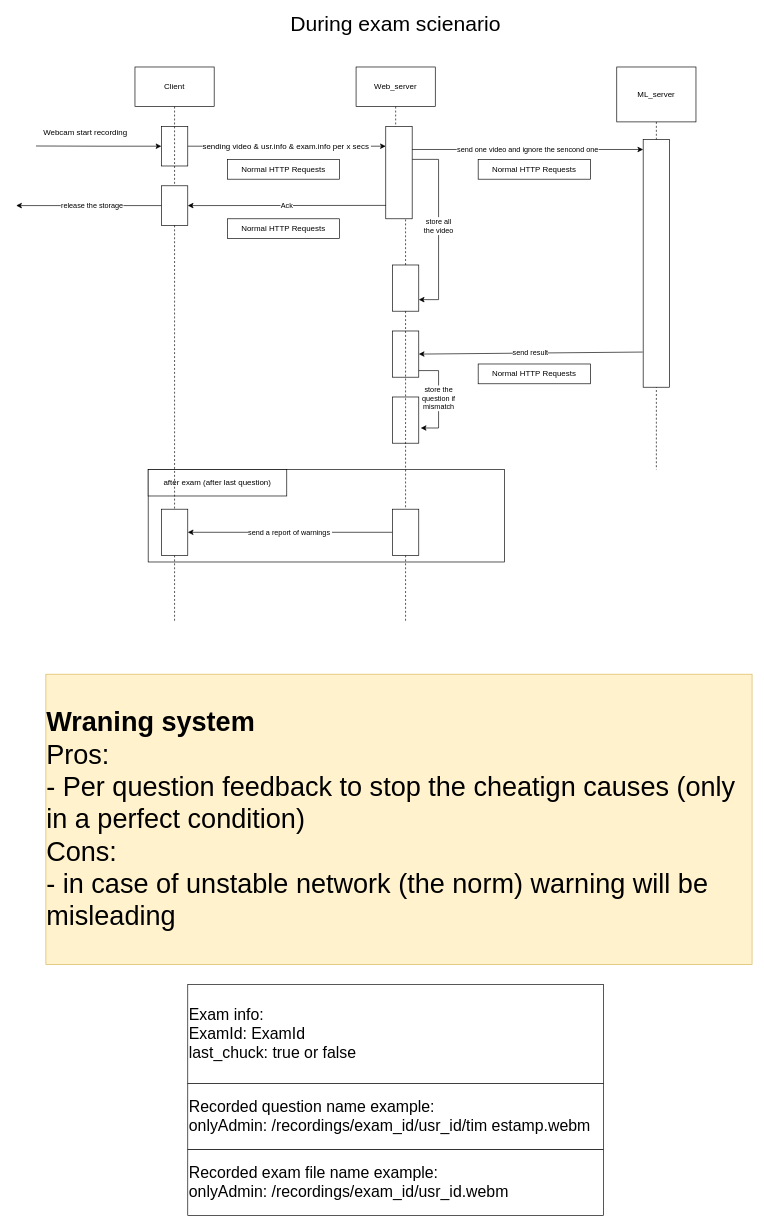
This is design/DuringExamSequence.drawio from Leon-OnlineLearning/leon-all, a draw.io file, before an edit. Source tidied: cells renumbered, new cells numbered last; positions are measured from the earlier drawing's top-left corner, leaving out a move shared by most shapes. Both pictures are drawn from the tidied source at 66%, with x=0, y=0 at pixel (16, 14).
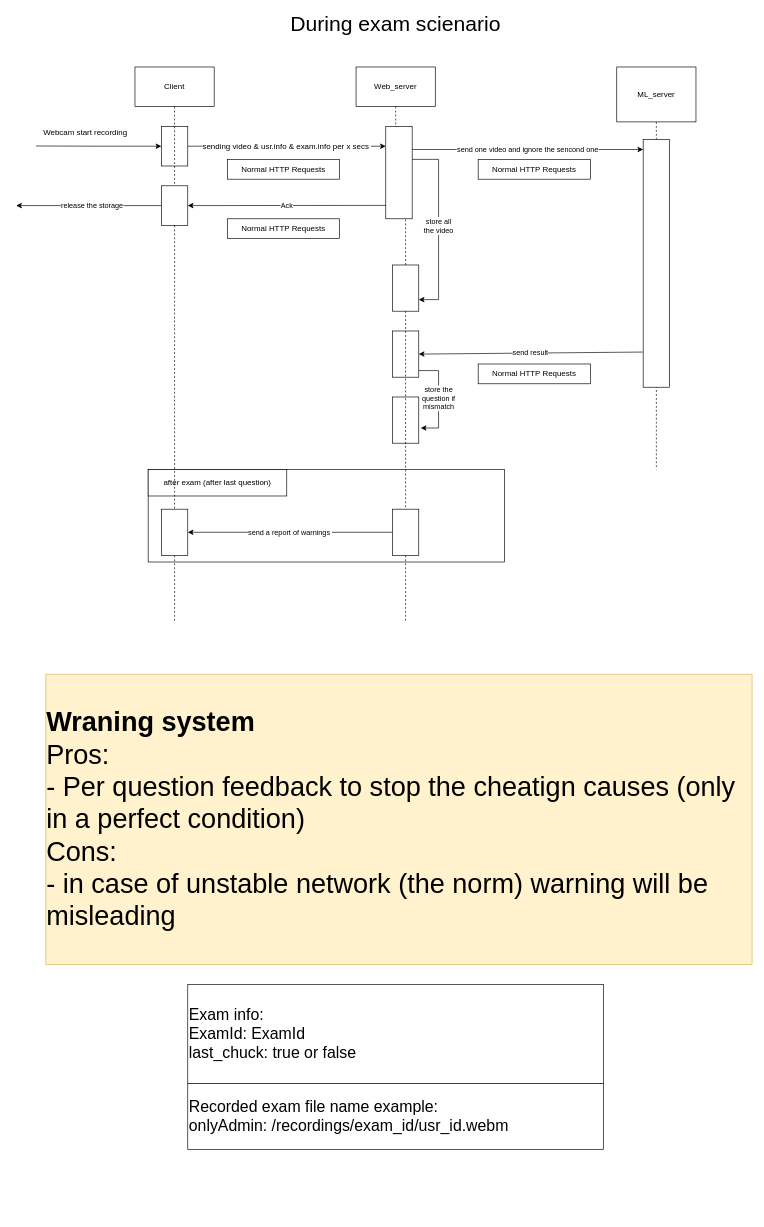
The same page after the edit.

Change to the diagram source:
```diff
@@
     <mxCell id="44" value="&lt;font style=&quot;font-size: 24px&quot;&gt;Recorded exam file name example:&lt;br&gt;onlyAdmin: /recordings/exam_id/usr_id.webm&lt;br&gt;&lt;/font&gt;" style="rounded=0;whiteSpace=wrap;html=1;align=left;" parent="1" vertex="1">
-      <mxGeometry x="260" y="1720" width="630" height="100" as="geometry" />
+      <mxGeometry x="260" y="1620" width="630" height="100" as="geometry" />
     </mxCell>
-    <mxCell id="45" value="&lt;font style=&quot;font-size: 24px&quot;&gt;Recorded question name example:&lt;br&gt;onlyAdmin: /recordings/exam_id/usr_id/tim estamp.webm&lt;br&gt;&lt;/font&gt;" style="rounded=0;whiteSpace=wrap;html=1;align=left;" parent="1" vertex="1">
-      <mxGeometry x="260" y="1620" width="630" height="100" as="geometry" />
-    </mxCell>
```
